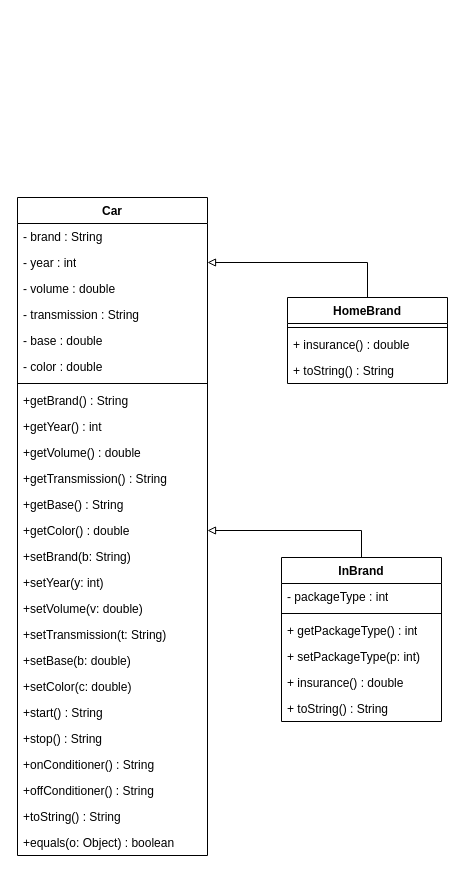
This is lab2/cars.drawio from kozzze/Java, a draw.io file, before an edit. Source tidied: cells renumbered, new cells numbered last; positions are measured from the earlier drawing's top-left corner, leaving out a move shared by most shapes. Both pictures are drawn from the tidied source at 100%, with x=0, y=0 at pixel (17, 197).
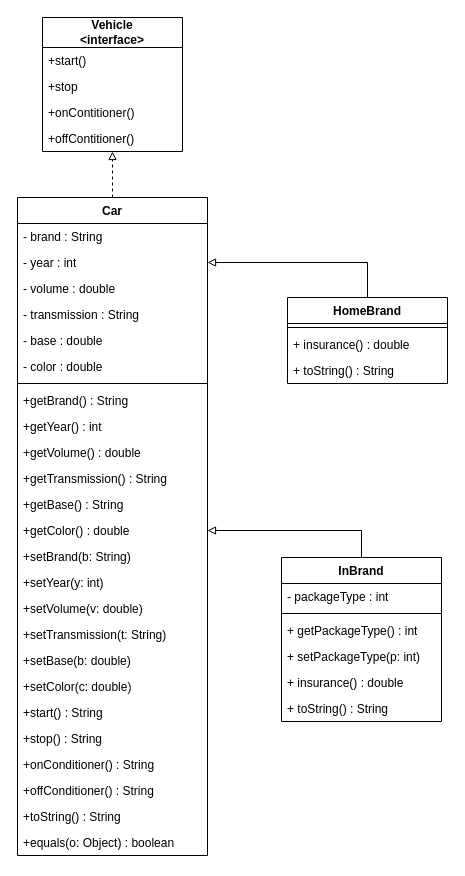
Above is the later version.

The change refers to these unchanged cells:
```xml
<mxCell id="2" value="Car" style="swimlane;fontStyle=1;align=center;verticalAlign=top;horizontal=1;startSize=26;whiteSpace=wrap;html=1;" parent="1" vertex="1">
  <mxGeometry width="190" height="658" as="geometry" />
</mxCell>
```

The edit, as a diff of the source:
```diff
@@
+    <mxCell id="41" style="edgeStyle=orthogonalEdgeStyle;rounded=0;jettySize=auto;html=1;exitX=0.5;exitY=0;exitDx=0;exitDy=0;entryX=0.5;entryY=1;entryDx=0;entryDy=0;dashed=1;endArrow=block;endFill=0;" parent="1" edge="1" source="2" target="42">
+      <mxGeometry relative="1" as="geometry" />
+    </mxCell>
@@
+    <mxCell id="42" value="&lt;span style=&quot;font-weight: 700;&quot;&gt;Vehicle&lt;/span&gt;&lt;div style=&quot;font-weight: 700;&quot;&gt;&amp;lt;interface&amp;gt;&lt;/div&gt;" style="swimlane;fontStyle=0;horizontal=1;startSize=30;fillColor=none;whiteSpace=wrap;html=1;" parent="1" vertex="1">
+      <mxGeometry x="25" y="-180" width="140" height="134" as="geometry" />
+    </mxCell>
+    <mxCell id="43" value="+start()" style="text;strokeColor=none;fillColor=none;align=left;verticalAlign=top;spacingLeft=4;spacingRight=4;overflow=hidden;whiteSpace=wrap;html=1;" parent="42" vertex="1">
+      <mxGeometry y="30" width="140" height="26" as="geometry" />
+    </mxCell>
+    <mxCell id="44" value="+stop" style="text;strokeColor=none;fillColor=none;align=left;verticalAlign=top;spacingLeft=4;spacingRight=4;overflow=hidden;whiteSpace=wrap;html=1;" parent="42" vertex="1">
+      <mxGeometry y="56" width="140" height="26" as="geometry" />
+    </mxCell>
+    <mxCell id="45" value="+onContitioner()" style="text;strokeColor=none;fillColor=none;align=left;verticalAlign=top;spacingLeft=4;spacingRight=4;overflow=hidden;whiteSpace=wrap;html=1;" parent="42" vertex="1">
+      <mxGeometry y="82" width="140" height="26" as="geometry" />
+    </mxCell>
+    <mxCell id="46" value="+offContitioner()" style="text;strokeColor=none;fillColor=none;align=left;verticalAlign=top;spacingLeft=4;spacingRight=4;overflow=hidden;whiteSpace=wrap;html=1;" parent="42" vertex="1">
+      <mxGeometry y="108" width="140" height="26" as="geometry" />
+    </mxCell>
```
